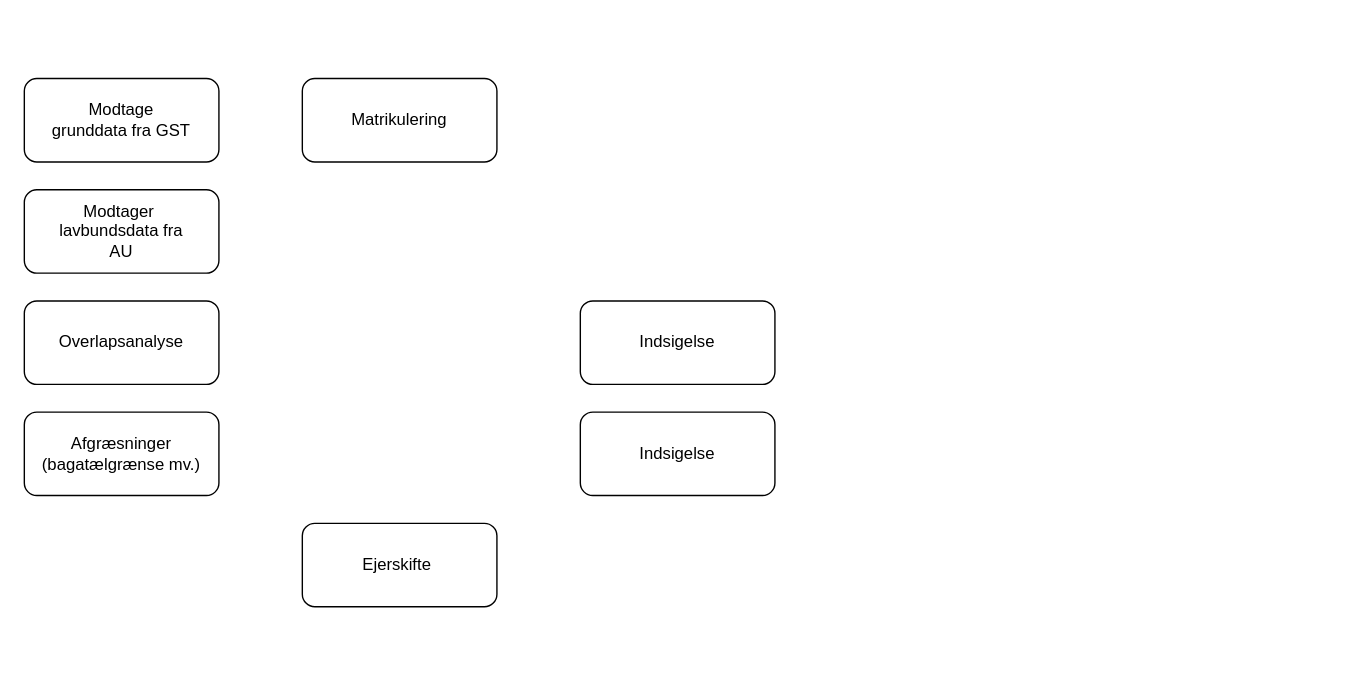
Zaladk/drawio keeps this draw.io diagram as Data flow lavbund.drawio. Above is the earlier version. Source tidied: cells renumbered, new cells numbered last; positions are measured from the earlier drawing's top-left corner, leaving out a move shared by most shapes. Both pictures are drawn from the tidied source at 139%, with x=0, y=0 at pixel (24, 78).
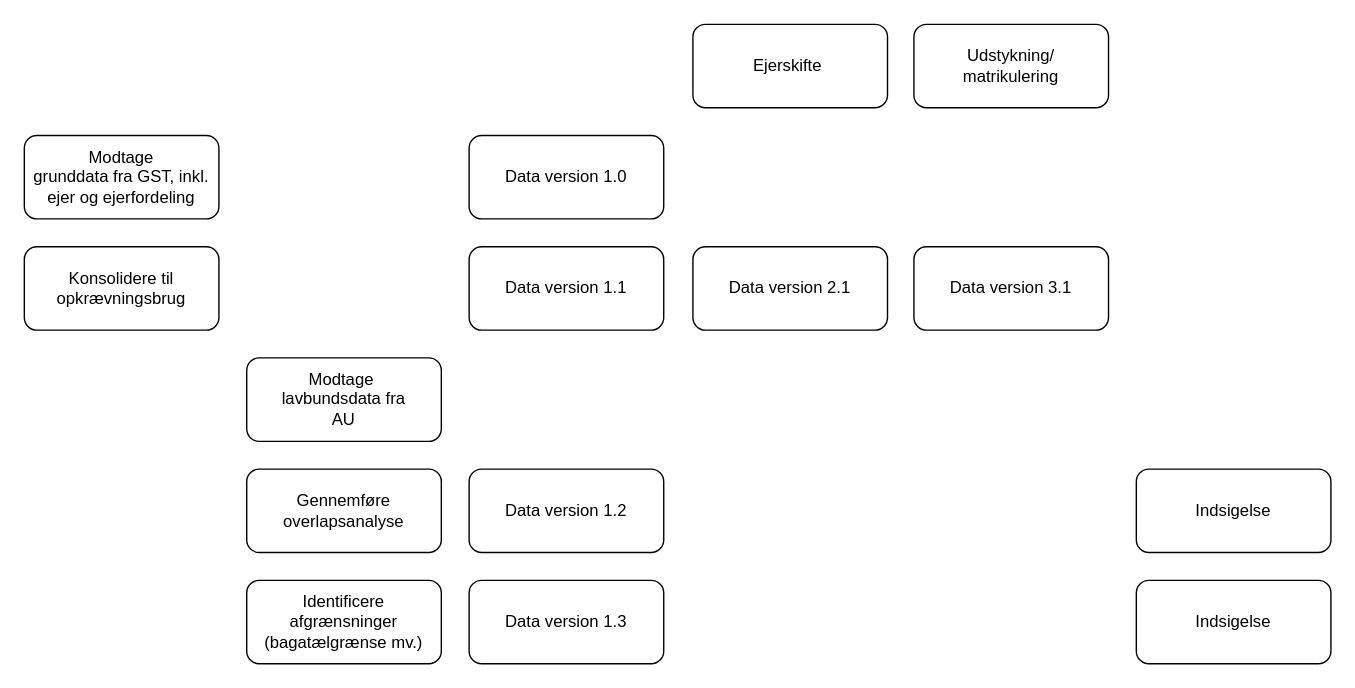
Above is the later version.

What changed in the source:
```diff
@@
 <mxGraphModel>
   <root>
     <mxCell id="0" />
     <mxCell id="1" parent="0" />
-    <mxCell id="2" value="Modtage&lt;div&gt;grunddata fra GST&lt;/div&gt;" style="rounded=1;whiteSpace=wrap;html=1;" parent="1" vertex="1">
-      <mxGeometry width="140" height="60" as="geometry" />
+    <mxCell id="2" value="Modtage&lt;div&gt;grunddata fra GST, inkl. ejer og ejerfordeling&lt;/div&gt;" style="rounded=1;whiteSpace=wrap;html=1;" parent="1" vertex="1">
+      <mxGeometry y="41" width="140" height="60" as="geometry" />
     </mxCell>
-    <mxCell id="3" value="Modtager&amp;nbsp;&lt;div&gt;lavbundsdata fra&lt;div&gt;AU&lt;/div&gt;&lt;/div&gt;" style="rounded=1;whiteSpace=wrap;html=1;" parent="1" vertex="1">
-      <mxGeometry y="80" width="140" height="60" as="geometry" />
+    <mxCell id="3" value="Modtage&amp;nbsp;&lt;div&gt;lavbundsdata fra&lt;div&gt;AU&lt;/div&gt;&lt;/div&gt;" style="rounded=1;whiteSpace=wrap;html=1;" parent="1" vertex="1">
+      <mxGeometry x="160" y="201" width="140" height="60" as="geometry" />
     </mxCell>
-    <mxCell id="4" value="Afgræsninger (bagatælgrænse mv.)" style="rounded=1;whiteSpace=wrap;html=1;" parent="1" vertex="1">
-      <mxGeometry y="240" width="140" height="60" as="geometry" />
+    <mxCell id="4" value="Identificere afgrænsninger&lt;div&gt;(bagatælgrænse mv.)&lt;/div&gt;" style="rounded=1;whiteSpace=wrap;html=1;" parent="1" vertex="1">
+      <mxGeometry x="160" y="361" width="140" height="60" as="geometry" />
     </mxCell>
-    <mxCell id="5" value="Overlapsanalyse" style="rounded=1;whiteSpace=wrap;html=1;" parent="1" vertex="1">
-      <mxGeometry y="160" width="140" height="60" as="geometry" />
+    <mxCell id="5" value="Gennemføre overlapsanalyse" style="rounded=1;whiteSpace=wrap;html=1;" parent="1" vertex="1">
+      <mxGeometry x="160" y="281" width="140" height="60" as="geometry" />
     </mxCell>
-    <mxCell id="6" value="Ejerskifte&amp;nbsp;" style="rounded=1;whiteSpace=wrap;html=1;" parent="1" vertex="1">
-      <mxGeometry x="200" y="320" width="140" height="60" as="geometry" />
+    <mxCell id="6" value="Data version 1.2" style="rounded=1;whiteSpace=wrap;html=1;" parent="1" vertex="1">
+      <mxGeometry x="320" y="281" width="140" height="60" as="geometry" />
     </mxCell>
     <mxCell id="7" value="Indsigelse" style="rounded=1;whiteSpace=wrap;html=1;" parent="1" vertex="1">
-      <mxGeometry x="400" y="160" width="140" height="60" as="geometry" />
+      <mxGeometry x="800" y="281" width="140" height="60" as="geometry" />
     </mxCell>
-    <mxCell id="8" value="Matrikulering" style="rounded=1;whiteSpace=wrap;html=1;" parent="1" vertex="1">
-      <mxGeometry x="200" width="140" height="60" as="geometry" />
+    <mxCell id="8" value="Udstykning/&lt;div&gt;matrikulering&lt;/div&gt;" style="rounded=1;whiteSpace=wrap;html=1;" parent="1" vertex="1">
+      <mxGeometry x="640" y="-39" width="140" height="60" as="geometry" />
     </mxCell>
     <mxCell id="9" value="Indsigelse" style="rounded=1;whiteSpace=wrap;html=1;" parent="1" vertex="1">
-      <mxGeometry x="400" y="240" width="140" height="60" as="geometry" />
+      <mxGeometry x="800" y="361" width="140" height="60" as="geometry" />
     </mxCell>
+    <mxCell id="10" value="Konsolidere til opkrævningsbrug" style="rounded=1;whiteSpace=wrap;html=1;" parent="1" vertex="1">
+      <mxGeometry y="121" width="140" height="60" as="geometry" />
+    </mxCell>
+    <mxCell id="11" value="Ejerskifte&amp;nbsp;" style="rounded=1;whiteSpace=wrap;html=1;" parent="1" vertex="1">
+      <mxGeometry x="481" y="-39" width="140" height="60" as="geometry" />
+    </mxCell>
+    <mxCell id="12" value="Data version 1.0" style="rounded=1;whiteSpace=wrap;html=1;" parent="1" vertex="1">
+      <mxGeometry x="320" y="41" width="140" height="60" as="geometry" />
+    </mxCell>
+    <mxCell id="13" value="Data version 1.1" style="rounded=1;whiteSpace=wrap;html=1;" parent="1" vertex="1">
+      <mxGeometry x="320" y="121" width="140" height="60" as="geometry" />
+    </mxCell>
+    <mxCell id="14" value="Data version 1.3" style="rounded=1;whiteSpace=wrap;html=1;" parent="1" vertex="1">
+      <mxGeometry x="320" y="361" width="140" height="60" as="geometry" />
+    </mxCell>
+    <mxCell id="15" value="Data version 2.1" style="rounded=1;whiteSpace=wrap;html=1;" parent="1" vertex="1">
+      <mxGeometry x="481" y="121" width="140" height="60" as="geometry" />
+    </mxCell>
+    <mxCell id="16" value="Data version 3.1" style="rounded=1;whiteSpace=wrap;html=1;" parent="1" vertex="1">
+      <mxGeometry x="640" y="121" width="140" height="60" as="geometry" />
+    </mxCell>
   </root>
 </mxGraphModel>
```
